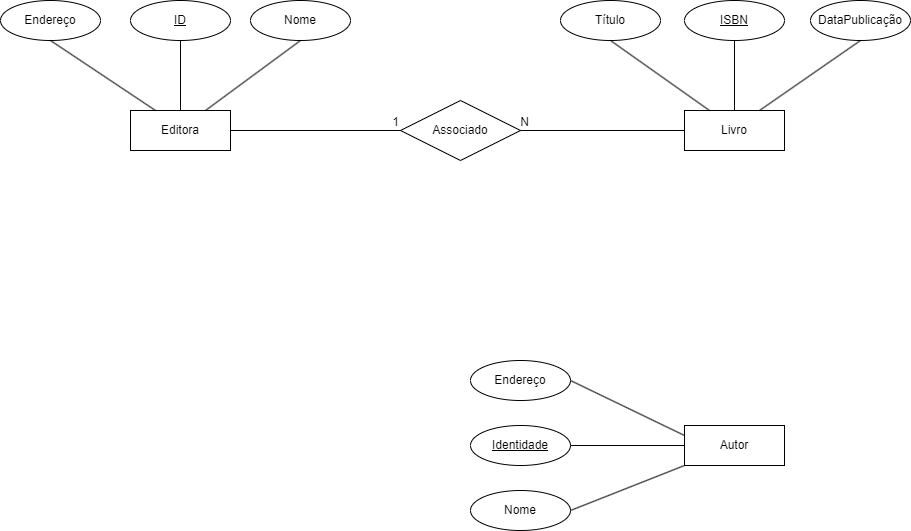
Above: exerc2.drawio.png in VitorFonseca123/ExerciciosACH2004_BD (draw.io), before the change. Source tidied: cells renumbered, new cells last; positions are measured from the earlier drawing's top-left corner, leaving out a move shared by most shapes.
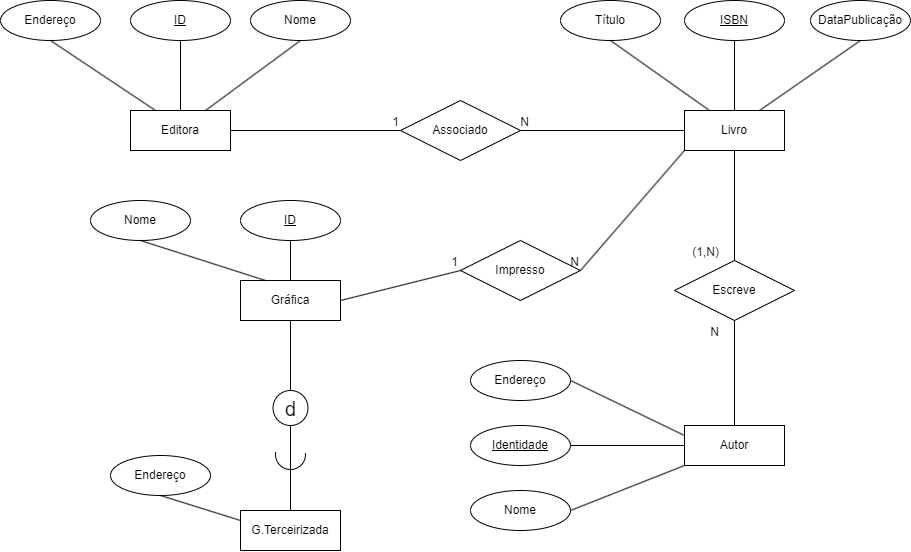
Later version of the same file.

Commit message:
relacionamento livro - gráfica

Diff of the diagram source:
```diff
@@ -82,5 +82,75 @@
     <mxCell id="27" style="endArrow=none;html=1;rounded=0;exitX=1;exitY=0.5;exitDx=0;exitDy=0;entryX=0;entryY=0.25;entryDx=0;entryDy=0;" parent="1" edge="1" source="24" target="21">
       <mxGeometry relative="1" as="geometry" />
     </mxCell>
+    <mxCell id="28" value="Escreve" style="shape=rhombus;perimeter=rhombusPerimeter;whiteSpace=wrap;html=1;align=center;" parent="1" vertex="1">
+      <mxGeometry x="674" y="260" width="120" height="60" as="geometry" />
+    </mxCell>
+    <mxCell id="29" style="endArrow=none;html=1;rounded=0;exitX=0.5;exitY=1;exitDx=0;exitDy=0;entryX=0.5;entryY=0;entryDx=0;entryDy=0;" parent="1" edge="1" source="2" target="28">
+      <mxGeometry relative="1" as="geometry" />
+    </mxCell>
+    <mxCell id="30" value="(1,N)" style="html=1;whiteSpace=wrap;align=right;verticalAlign=bottom;" parent="29" vertex="1">
+      <mxGeometry x="1" relative="1" as="geometry">
+        <mxPoint x="-14" as="offset" />
+      </mxGeometry>
+    </mxCell>
+    <mxCell id="31" style="endArrow=none;html=1;rounded=0;exitX=0.5;exitY=0;exitDx=0;exitDy=0;entryX=0.5;entryY=1;entryDx=0;entryDy=0;" parent="1" edge="1" source="21" target="28">
+      <mxGeometry relative="1" as="geometry" />
+    </mxCell>
+    <mxCell id="32" value="N" style="html=1;whiteSpace=wrap;align=right;verticalAlign=bottom;" parent="31" vertex="1">
+      <mxGeometry x="1" relative="1" as="geometry">
+        <mxPoint x="-14" y="20" as="offset" />
+      </mxGeometry>
+    </mxCell>
+    <mxCell id="33" value="Gráfica" style="whiteSpace=wrap;html=1;align=center;" parent="1" vertex="1">
+      <mxGeometry x="240" y="280" width="100" height="40" as="geometry" />
+    </mxCell>
+    <mxCell id="34" value="&lt;font style=&quot;font-size: 20px;&quot;&gt;d&lt;/font&gt;" style="ellipse;whiteSpace=wrap;html=1;" parent="1" vertex="1">
+      <mxGeometry x="272.5" y="390" width="35" height="35" as="geometry" />
+    </mxCell>
+    <mxCell id="35" value="G.Terceirizada" style="whiteSpace=wrap;html=1;align=center;" parent="1" vertex="1">
+      <mxGeometry x="240" y="510" width="100" height="40" as="geometry" />
+    </mxCell>
+    <mxCell id="36" value="ID" style="ellipse;whiteSpace=wrap;html=1;align=center;fontStyle=4;" parent="1" vertex="1">
+      <mxGeometry x="240" y="200" width="100" height="40" as="geometry" />
+    </mxCell>
+    <mxCell id="37" style="endArrow=none;html=1;rounded=0;exitX=0.5;exitY=1;exitDx=0;exitDy=0;entryX=0.5;entryY=0;entryDx=0;entryDy=0;" parent="1" edge="1" source="36" target="33">
+      <mxGeometry relative="1" as="geometry" />
+    </mxCell>
+    <mxCell id="38" value="Nome" style="ellipse;whiteSpace=wrap;html=1;align=center;" parent="1" vertex="1">
+      <mxGeometry x="90" y="200" width="100" height="40" as="geometry" />
+    </mxCell>
+    <mxCell id="39" style="endArrow=none;html=1;rounded=0;entryX=0.5;entryY=1;entryDx=0;entryDy=0;exitX=0.25;exitY=0;exitDx=0;exitDy=0;" parent="1" edge="1" source="33" target="38">
+      <mxGeometry relative="1" as="geometry" />
+    </mxCell>
+    <mxCell id="40" value="Endereço" style="ellipse;whiteSpace=wrap;html=1;align=center;" parent="1" vertex="1">
+      <mxGeometry x="110" y="455" width="100" height="40" as="geometry" />
+    </mxCell>
+    <mxCell id="41" style="endArrow=none;html=1;rounded=0;exitX=0.5;exitY=1;exitDx=0;exitDy=0;entryX=0;entryY=0.25;entryDx=0;entryDy=0;" parent="1" edge="1" source="40" target="35">
+      <mxGeometry relative="1" as="geometry" />
+    </mxCell>
+    <mxCell id="42" style="endArrow=none;html=1;rounded=0;exitX=0.5;exitY=1;exitDx=0;exitDy=0;entryX=0.5;entryY=0;entryDx=0;entryDy=0;" parent="1" edge="1" source="33" target="34">
+      <mxGeometry relative="1" as="geometry" />
+    </mxCell>
+    <mxCell id="43" style="verticalLabelPosition=bottom;verticalAlign=top;html=1;shape=mxgraph.basic.arc;startAngle=0.22998317499615759;endAngle=0.7768001258780505;" parent="1" vertex="1">
+      <mxGeometry x="275" y="439" width="30" height="30" as="geometry" />
+    </mxCell>
+    <mxCell id="44" style="endArrow=none;html=1;rounded=0;exitX=0.5;exitY=1;exitDx=0;exitDy=0;entryX=0.5;entryY=0;entryDx=0;entryDy=0;" parent="1" edge="1" source="34" target="35">
+      <mxGeometry relative="1" as="geometry" />
+    </mxCell>
+    <mxCell id="45" value="Impresso" style="shape=rhombus;perimeter=rhombusPerimeter;whiteSpace=wrap;html=1;align=center;" parent="1" vertex="1">
+      <mxGeometry x="460" y="240" width="120" height="60" as="geometry" />
+    </mxCell>
+    <mxCell id="46" style="endArrow=none;html=1;rounded=0;exitX=1;exitY=0.5;exitDx=0;exitDy=0;entryX=0;entryY=0.5;entryDx=0;entryDy=0;" parent="1" edge="1" source="33" target="45">
+      <mxGeometry relative="1" as="geometry" />
+    </mxCell>
+    <mxCell id="47" value="1" style="html=1;whiteSpace=wrap;align=right;verticalAlign=bottom;" parent="46" vertex="1">
+      <mxGeometry x="1" relative="1" as="geometry" />
+    </mxCell>
+    <mxCell id="48" style="endArrow=none;html=1;rounded=0;entryX=1;entryY=0.5;entryDx=0;entryDy=0;exitX=0;exitY=1;exitDx=0;exitDy=0;" parent="1" edge="1" source="2" target="45">
+      <mxGeometry relative="1" as="geometry" />
+    </mxCell>
+    <mxCell id="49" value="N" style="html=1;whiteSpace=wrap;align=right;verticalAlign=bottom;" parent="48" vertex="1">
+      <mxGeometry x="1" relative="1" as="geometry" />
+    </mxCell>
   </root>
 </mxGraphModel>
```
